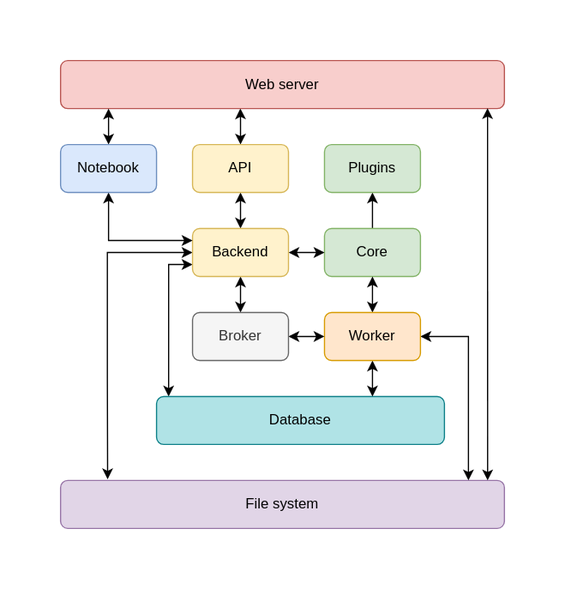
Before: docs/source/images/timeside_architecture.drawio.svg, a diagram exported from draw.io (Parisson/TimeSide). Source tidied: cells renumbered, new cells last; positions are measured from the earlier drawing's top-left corner, leaving out a move shared by most shapes. Its diagram source:
```xml
<mxGraphModel>
  <root>
    <mxCell id="0" />
    <mxCell id="1" parent="0" />
    <mxCell id="2" style="edgeStyle=orthogonalEdgeStyle;rounded=0;jettySize=auto;html=1;entryX=0.5;entryY=1;entryDx=0;entryDy=0;startArrow=none;startFill=0;" parent="1" edge="1" source="3" target="21">
      <mxGeometry relative="1" as="geometry" />
    </mxCell>
    <mxCell id="3" value="Core" style="rounded=1;whiteSpace=wrap;html=1;fillColor=#d5e8d4;strokeColor=#82b366;" parent="1" vertex="1">
      <mxGeometry x="220" y="140" width="80" height="40" as="geometry" />
    </mxCell>
    <mxCell id="4" style="edgeStyle=orthogonalEdgeStyle;rounded=0;jettySize=auto;html=1;entryX=0.5;entryY=0;entryDx=0;entryDy=0;startArrow=classic;startFill=1;" parent="1" edge="1" source="9" target="19">
      <mxGeometry relative="1" as="geometry" />
    </mxCell>
    <mxCell id="5" style="edgeStyle=orthogonalEdgeStyle;rounded=0;jettySize=auto;html=1;entryX=0;entryY=0.5;entryDx=0;entryDy=0;startArrow=classic;startFill=1;" parent="1" edge="1" source="9" target="3">
      <mxGeometry relative="1" as="geometry" />
    </mxCell>
    <mxCell id="6" style="edgeStyle=orthogonalEdgeStyle;rounded=0;jettySize=auto;html=1;entryX=0.5;entryY=1;entryDx=0;entryDy=0;startArrow=classic;startFill=1;" parent="1" edge="1" source="9" target="12">
      <mxGeometry relative="1" as="geometry" />
    </mxCell>
    <mxCell id="7" style="edgeStyle=orthogonalEdgeStyle;rounded=0;jettySize=auto;html=1;startArrow=classic;startFill=1;entryX=0.042;entryY=0;entryDx=0;entryDy=0;entryPerimeter=0;exitX=0;exitY=0.75;exitDx=0;exitDy=0;" parent="1" edge="1" source="9" target="10">
      <mxGeometry relative="1" as="geometry">
        <Array as="points">
          <mxPoint x="90" y="170" />
        </Array>
      </mxGeometry>
    </mxCell>
    <mxCell id="8" style="edgeStyle=orthogonalEdgeStyle;rounded=0;jettySize=auto;html=1;exitX=0;exitY=0.5;exitDx=0;exitDy=0;entryX=0.106;entryY=-0.025;entryDx=0;entryDy=0;entryPerimeter=0;startArrow=classic;startFill=1;" parent="1" edge="1" source="9" target="13">
      <mxGeometry relative="1" as="geometry">
        <Array as="points">
          <mxPoint x="39" y="160" />
          <mxPoint x="39" y="265" />
        </Array>
      </mxGeometry>
    </mxCell>
    <mxCell id="9" value="Backend" style="rounded=1;whiteSpace=wrap;html=1;fillColor=#fff2cc;strokeColor=#d6b656;" parent="1" vertex="1">
      <mxGeometry x="110" y="140" width="80" height="40" as="geometry" />
    </mxCell>
    <mxCell id="10" value="Database" style="rounded=1;whiteSpace=wrap;html=1;fillColor=#b0e3e6;strokeColor=#0e8088;" parent="1" vertex="1">
      <mxGeometry x="80" y="280" width="240" height="40" as="geometry" />
    </mxCell>
    <mxCell id="11" style="edgeStyle=orthogonalEdgeStyle;rounded=0;jettySize=auto;html=1;entryX=0.405;entryY=0.996;entryDx=0;entryDy=0;entryPerimeter=0;startArrow=classic;startFill=1;" parent="1" edge="1" source="12" target="20">
      <mxGeometry relative="1" as="geometry" />
    </mxCell>
    <mxCell id="12" value="API" style="rounded=1;whiteSpace=wrap;html=1;fillColor=#fff2cc;strokeColor=#d6b656;" parent="1" vertex="1">
      <mxGeometry x="110" y="70" width="80" height="40" as="geometry" />
    </mxCell>
    <mxCell id="13" value="File system" style="rounded=1;whiteSpace=wrap;html=1;fillColor=#e1d5e7;strokeColor=#9673a6;" parent="1" vertex="1">
      <mxGeometry y="350" width="370" height="40" as="geometry" />
    </mxCell>
    <mxCell id="14" style="edgeStyle=orthogonalEdgeStyle;rounded=0;jettySize=auto;html=1;entryX=0.5;entryY=1;entryDx=0;entryDy=0;startArrow=classic;startFill=1;" parent="1" edge="1" source="17" target="3">
      <mxGeometry relative="1" as="geometry" />
    </mxCell>
    <mxCell id="15" style="edgeStyle=orthogonalEdgeStyle;rounded=0;jettySize=auto;html=1;entryX=0.75;entryY=0;entryDx=0;entryDy=0;startArrow=classic;startFill=1;" parent="1" edge="1" source="17" target="10">
      <mxGeometry relative="1" as="geometry" />
    </mxCell>
    <mxCell id="16" style="edgeStyle=orthogonalEdgeStyle;rounded=0;jettySize=auto;html=1;startArrow=classic;startFill=1;" parent="1" edge="1" source="17">
      <mxGeometry relative="1" as="geometry">
        <mxPoint x="340" y="350" as="targetPoint" />
        <Array as="points">
          <mxPoint x="340" y="230" />
          <mxPoint x="340" y="320" />
          <mxPoint x="340" y="320" />
        </Array>
      </mxGeometry>
    </mxCell>
    <mxCell id="17" value="Worker" style="rounded=1;whiteSpace=wrap;html=1;fillColor=#ffe6cc;strokeColor=#d79b00;" parent="1" vertex="1">
      <mxGeometry x="220" y="210" width="80" height="40" as="geometry" />
    </mxCell>
    <mxCell id="18" style="edgeStyle=orthogonalEdgeStyle;rounded=0;jettySize=auto;html=1;entryX=0;entryY=0.5;entryDx=0;entryDy=0;startArrow=classic;startFill=1;" parent="1" edge="1" source="19" target="17">
      <mxGeometry relative="1" as="geometry" />
    </mxCell>
    <mxCell id="19" value="Broker" style="rounded=1;whiteSpace=wrap;html=1;fillColor=#f5f5f5;strokeColor=#666666;fontColor=#333333;" parent="1" vertex="1">
      <mxGeometry x="110" y="210" width="80" height="40" as="geometry" />
    </mxCell>
    <mxCell id="20" value="Web server" style="rounded=1;whiteSpace=wrap;html=1;fillColor=#f8cecc;strokeColor=#b85450;" parent="1" vertex="1">
      <mxGeometry width="370" height="40" as="geometry" />
    </mxCell>
    <mxCell id="21" value="Plugins" style="rounded=1;whiteSpace=wrap;html=1;fillColor=#d5e8d4;strokeColor=#82b366;" parent="1" vertex="1">
      <mxGeometry x="220" y="70" width="80" height="40" as="geometry" />
    </mxCell>
    <mxCell id="22" style="edgeStyle=orthogonalEdgeStyle;rounded=0;jettySize=auto;html=1;entryX=0;entryY=0.25;entryDx=0;entryDy=0;startArrow=classic;startFill=1;" parent="1" edge="1" source="24" target="9">
      <mxGeometry relative="1" as="geometry">
        <Array as="points">
          <mxPoint x="40" y="150" />
        </Array>
      </mxGeometry>
    </mxCell>
    <mxCell id="23" style="edgeStyle=orthogonalEdgeStyle;rounded=0;jettySize=auto;html=1;startArrow=classic;startFill=1;" parent="1" edge="1" source="24">
      <mxGeometry relative="1" as="geometry">
        <mxPoint x="40" y="40" as="targetPoint" />
      </mxGeometry>
    </mxCell>
    <mxCell id="24" value="Notebook" style="rounded=1;whiteSpace=wrap;html=1;fillColor=#dae8fc;strokeColor=#6c8ebf;" parent="1" vertex="1">
      <mxGeometry y="70" width="80" height="40" as="geometry" />
    </mxCell>
    <mxCell id="25" style="endArrow=classic;startArrow=classic;html=1;rounded=0;entryX=0.962;entryY=0.992;entryDx=0;entryDy=0;entryPerimeter=0;" parent="1" edge="1" target="20">
      <mxGeometry relative="1" as="geometry">
        <mxPoint x="356" y="350" as="sourcePoint" />
      </mxGeometry>
    </mxCell>
  </root>
</mxGraphModel>
```
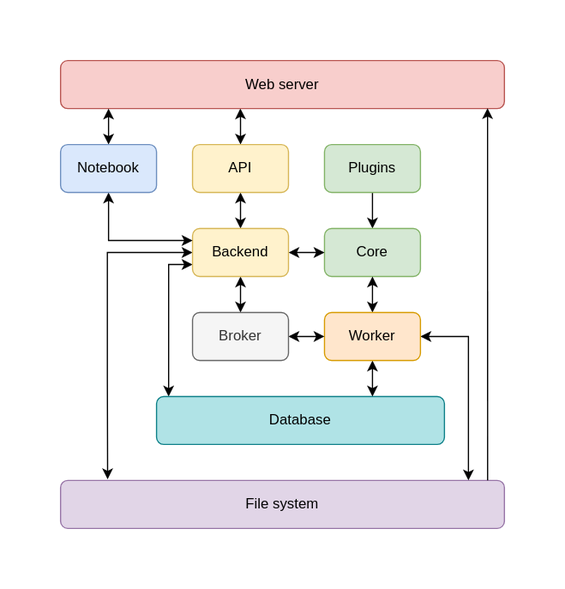
After the change.

Change to the diagram source:
```diff
@@ -2,7 +2,7 @@
   <root>
     <mxCell id="0" />
     <mxCell id="1" parent="0" />
-    <mxCell id="2" style="edgeStyle=orthogonalEdgeStyle;rounded=0;jettySize=auto;html=1;entryX=0.5;entryY=1;entryDx=0;entryDy=0;startArrow=none;startFill=0;" parent="1" edge="1" source="3" target="21">
+    <mxCell id="2" style="edgeStyle=orthogonalEdgeStyle;rounded=0;jettySize=auto;html=1;entryX=0.5;entryY=1;entryDx=0;entryDy=0;startArrow=classic;startFill=1;endArrow=none;endFill=0;" parent="1" edge="1" source="3" target="21">
       <mxGeometry relative="1" as="geometry" />
     </mxCell>
     <mxCell id="3" value="Core" style="rounded=1;whiteSpace=wrap;html=1;fillColor=#d5e8d4;strokeColor=#82b366;" parent="1" vertex="1">
@@ -93,7 +93,7 @@
     <mxCell id="24" value="Notebook" style="rounded=1;whiteSpace=wrap;html=1;fillColor=#dae8fc;strokeColor=#6c8ebf;" parent="1" vertex="1">
       <mxGeometry y="70" width="80" height="40" as="geometry" />
     </mxCell>
-    <mxCell id="25" style="endArrow=classic;startArrow=classic;html=1;rounded=0;entryX=0.962;entryY=0.992;entryDx=0;entryDy=0;entryPerimeter=0;" parent="1" edge="1" target="20">
+    <mxCell id="25" style="endArrow=classic;startArrow=none;html=1;rounded=0;entryX=0.962;entryY=0.992;entryDx=0;entryDy=0;entryPerimeter=0;startFill=0;" parent="1" edge="1" target="20">
       <mxGeometry relative="1" as="geometry">
         <mxPoint x="356" y="350" as="sourcePoint" />
       </mxGeometry>
```
